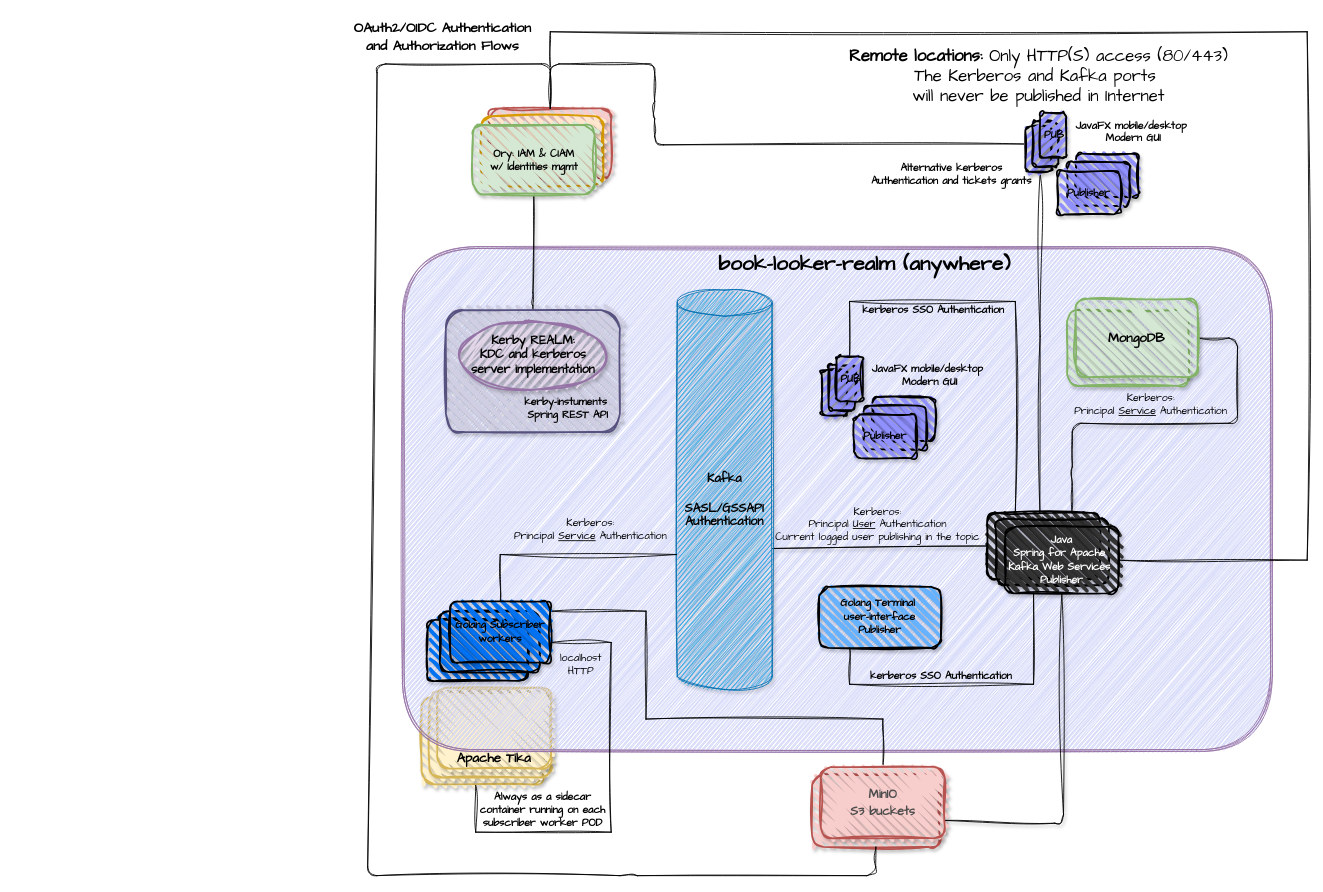
mesbrj/book-looker-realm keeps this draw.io diagram as docs/book-looker-realm.drawio. Above is the earlier version. Source tidied: cells renumbered, new cells numbered last; positions are measured from the earlier drawing's top-left corner, leaving out a move shared by most shapes. Both pictures are drawn from the tidied source at 87%, with x=0, y=0 at pixel (333, 15).
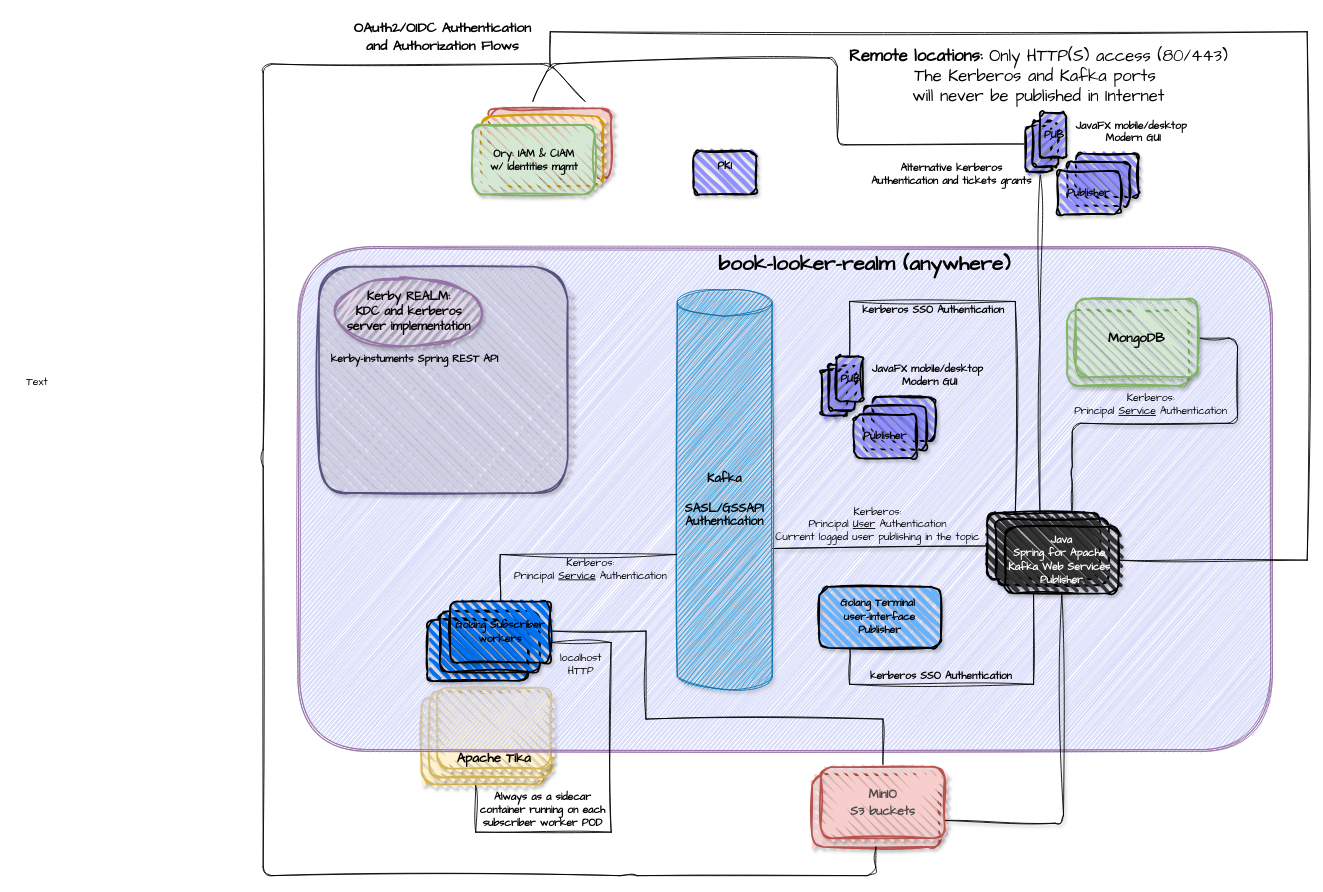
After the change.

Unchanged cells that the change refers to:
```xml
<mxCell id="6" style="rounded=1;whiteSpace=wrap;html=1;strokeWidth=2;fillWeight=4;hachureGap=8;hachureAngle=45;fillColor=#f8cecc;strokeColor=#b85450;shadow=1;fillStyle=zigzag;sketch=1;curveFitting=1;jiggle=2;" parent="1" vertex="1">
  <mxGeometry x="179" y="107" width="140" height="80" as="geometry" />
</mxCell>
<mxCell id="12" style="rounded=1;whiteSpace=wrap;html=1;strokeWidth=2;fillWeight=4;hachureGap=8;hachureAngle=45;fillColor=#f8cecc;align=center;verticalAlign=middle;fontFamily=Comic Sans MS;fontSize=16;strokeColor=#b85450;fillStyle=zigzag;shadow=1;sketch=1;curveFitting=1;jiggle=2;" parent="1" vertex="1">
  <mxGeometry x="550" y="872" width="146.5" height="84" as="geometry" />
</mxCell>
<mxCell id="22" style="rounded=1;whiteSpace=wrap;html=1;strokeWidth=2;fillWeight=4;hachureGap=8;hachureAngle=45;fillColor=#d5e8d4;strokeColor=#82b366;glass=0;shadow=1;fillStyle=zigzag;sketch=1;curveFitting=1;jiggle=2;" parent="1" vertex="1">
  <mxGeometry x="160" y="126" width="140" height="80" as="geometry" />
</mxCell>
<mxCell id="26" value="&lt;div&gt;&lt;font style=&quot;font-size: 14px;&quot; color=&quot;#4d4d4d&quot;&gt;MinIO&lt;/font&gt;&lt;/div&gt;&lt;div&gt;&lt;font style=&quot;font-size: 14px;&quot; color=&quot;#4d4d4d&quot;&gt;S3 buckets&lt;/font&gt;&lt;/div&gt;" style="rounded=1;whiteSpace=wrap;html=1;strokeWidth=2;fillWeight=4;hachureGap=8;hachureAngle=45;fillColor=#f8cecc;align=center;verticalAlign=middle;fontFamily=Comic Sans MS;fontSize=16;strokeColor=#b85450;fillStyle=zigzag;shadow=1;sketch=1;curveFitting=1;jiggle=2;fontStyle=1;" parent="1" vertex="1">
  <mxGeometry x="560" y="864" width="142.5" height="82" as="geometry" />
</mxCell>
<mxCell id="37" value="&lt;span style=&quot;color: rgb(0, 0, 0); font-family: &amp;quot;Comic Sans MS&amp;quot;; text-wrap-mode: nowrap;&quot;&gt;Golang Subscriber&lt;/span&gt;&lt;div&gt;&lt;span style=&quot;color: rgb(0, 0, 0); font-family: &amp;quot;Comic Sans MS&amp;quot;; text-wrap-mode: nowrap;&quot;&gt;workers&lt;/span&gt;&lt;/div&gt;" style="rounded=1;whiteSpace=wrap;html=1;strokeWidth=2;fillWeight=4;hachureGap=8;hachureAngle=45;fillColor=light-dark(#0071F0,#198CC4);shadow=1;sketch=1;curveFitting=1;jiggle=2;fontStyle=1;" parent="1" vertex="1">
  <mxGeometry x="134" y="674" width="115" height="70" as="geometry" />
</mxCell>
<mxCell id="59" style="rounded=1;whiteSpace=wrap;html=1;strokeWidth=2;fillWeight=4;hachureGap=8;hachureAngle=45;fillColor=light-dark(#9090FF,#198CC4);shadow=1;sketch=1;curveFitting=1;jiggle=2;fontStyle=1;verticalAlign=middle;align=center;rotation=90;" parent="1" vertex="1">
  <mxGeometry x="784" y="139" width="52" height="30" as="geometry" />
</mxCell>
```

The edit, as a diff of the source:
```diff
@@
     <mxCell id="5" style="shape=ext;double=1;rounded=1;whiteSpace=wrap;html=1;fillColor=light-dark(#CFD2F7,#EDEDED);sketch=1;curveFitting=1;jiggle=2;shadow=0;strokeColor=#9673a6;fillStyle=zigzag;" parent="1" vertex="1">
-      <mxGeometry x="79" y="266" width="1000" height="580" as="geometry" />
+      <mxGeometry x="-41" y="266" width="1120" height="580" as="geometry" />
     </mxCell>
@@
-    <mxCell id="8" style="edgeStyle=orthogonalEdgeStyle;rounded=0;sketch=1;hachureGap=4;jiggle=2;curveFitting=1;jettySize=auto;html=1;exitX=1;exitY=0.25;exitDx=0;exitDy=0;fontFamily=Architects Daughter;entryX=0.5;entryY=0;entryDx=0;entryDy=0;endArrow=none;endFill=0;" parent="1" edge="1" source="37" target="26">
+    <mxCell id="8" style="edgeStyle=orthogonalEdgeStyle;rounded=0;sketch=1;hachureGap=4;jiggle=2;curveFitting=1;jettySize=auto;html=1;exitX=0.999;exitY=0.484;exitDx=0;exitDy=0;fontFamily=Architects Daughter;entryX=0.5;entryY=0;entryDx=0;entryDy=0;endArrow=none;endFill=0;exitPerimeter=0;" parent="1" edge="1" source="37" target="26">
       <mxGeometry relative="1" as="geometry">
         <Array as="points">
-          <mxPoint x="359" y="685" />
+          <mxPoint x="359" y="708" />
           <mxPoint x="359" y="809" />
           <mxPoint x="631" y="809" />
         </Array>
       </mxGeometry>
     </mxCell>
@@
-    <mxCell id="21" style="edgeStyle=none;html=1;endArrow=none;endFill=0;shadow=1;sketch=1;curveFitting=1;jiggle=2;exitX=0.5;exitY=1;exitDx=0;exitDy=0;entryX=0.5;entryY=0;entryDx=0;entryDy=0;" parent="1" edge="1" source="22" target="41">
-      <mxGeometry relative="1" as="geometry">
-        <Array as="points">
-          <mxPoint x="229" y="329" />
-        </Array>
-      </mxGeometry>
-    </mxCell>
@@
-    <mxCell id="25" style="edgeStyle=none;html=1;entryX=0.5;entryY=0;entryDx=0;entryDy=0;sketch=1;curveFitting=1;jiggle=2;endArrow=none;endFill=0;exitX=0.5;exitY=1;exitDx=0;exitDy=0;" parent="1" edge="1" source="12" target="6">
+    <mxCell id="25" style="edgeStyle=none;html=1;sketch=1;curveFitting=1;jiggle=2;endArrow=none;endFill=0;exitX=0.5;exitY=1;exitDx=0;exitDy=0;" parent="1" edge="1" source="12">
       <mxGeometry relative="1" as="geometry">
+        <mxPoint x="289" y="99" as="targetPoint" />
         <Array as="points">
           <mxPoint x="623" y="989" />
           <mxPoint x="339" y="989" />
-          <mxPoint x="39" y="989" />
-          <mxPoint x="50" y="56" />
+          <mxPoint x="-81" y="989" />
+          <mxPoint x="-81" y="509" />
+          <mxPoint x="-81" y="56" />
           <mxPoint x="249" y="56" />
         </Array>
       </mxGeometry>
     </mxCell>
@@
-    <mxCell id="31" style="edgeStyle=none;html=1;entryX=0.5;entryY=0;entryDx=0;entryDy=0;sketch=1;curveFitting=1;jiggle=2;endArrow=none;endFill=0;exitX=0.385;exitY=1.067;exitDx=0;exitDy=0;exitPerimeter=0;" parent="1" edge="1" source="59" target="6">
+    <mxCell id="31" style="edgeStyle=none;html=1;sketch=1;curveFitting=1;jiggle=2;endArrow=none;endFill=0;exitX=0.385;exitY=1.067;exitDx=0;exitDy=0;exitPerimeter=0;" parent="1" edge="1" source="59">
       <mxGeometry relative="1" as="geometry">
+        <mxPoint x="229" y="99" as="targetPoint" />
         <Array as="points">
-          <mxPoint x="369" y="149" />
-          <mxPoint x="369" y="109" />
-          <mxPoint x="369" y="56" />
+          <mxPoint x="579" y="149" />
+          <mxPoint x="579" y="49" />
           <mxPoint x="249" y="56" />
         </Array>
       </mxGeometry>
     </mxCell>
@@
     <mxCell id="36" value="&lt;div&gt;Kerberos:&lt;/div&gt;Principal &lt;u&gt;Service&lt;/u&gt;&amp;nbsp;&lt;span style=&quot;background-color: transparent;&quot;&gt;Authentication&lt;/span&gt;" style="text;html=1;align=center;verticalAlign=middle;strokeColor=none;fillColor=none;fontFamily=Comic Sans MS;" parent="1" vertex="1">
-      <mxGeometry x="195" y="572" width="200" height="40" as="geometry" />
+      <mxGeometry x="195" y="617.2" width="200" height="40" as="geometry" />
     </mxCell>
@@
     <mxCell id="41" style="rounded=1;whiteSpace=wrap;html=1;strokeWidth=2;fillWeight=4;hachureGap=8;hachureAngle=45;fillColor=#d0cee2;shadow=1;sketch=1;curveFitting=1;jiggle=2;fontStyle=1;strokeColor=#56517e;" parent="1" vertex="1">
-      <mxGeometry x="129" y="339" width="200" height="140" as="geometry" />
+      <mxGeometry x="-17" y="289" width="286" height="260" as="geometry" />
     </mxCell>
     <mxCell id="42" value="&lt;span style=&quot;font-size: 14px;&quot;&gt;&lt;span&gt;Kerby REALM:&lt;/span&gt;&lt;/span&gt;&lt;div&gt;&lt;span style=&quot;font-size: 14px;&quot;&gt;KDC and kerberos server implementation&lt;/span&gt;&lt;/div&gt;" style="ellipse;whiteSpace=wrap;html=1;strokeWidth=2;fillWeight=2;hachureGap=8;fillColor=#e1d5e7;fillStyle=zigzag;fontFamily=Architects Daughter;strokeColor=#9673a6;shadow=1;sketch=1;curveFitting=1;jiggle=2;fontStyle=1;" parent="1" vertex="1">
-      <mxGeometry x="145.5" y="351" width="167" height="80" as="geometry" />
+      <mxGeometry x="2.5" y="301" width="167" height="80" as="geometry" />
     </mxCell>
-    <mxCell id="43" value="kerby-instuments&amp;nbsp;&lt;div&gt;Spring REST API&lt;/div&gt;" style="text;html=1;align=center;verticalAlign=middle;strokeColor=none;fillColor=none;fontFamily=Comic Sans MS;fontStyle=1;" parent="1" vertex="1">
-      <mxGeometry x="204" y="432.5" width="130" height="40" as="geometry" />
+    <mxCell id="43" value="kerby-instuments&amp;nbsp;&lt;span style=&quot;background-color: transparent; color: light-dark(rgb(0, 0, 0), rgb(255, 255, 255));&quot;&gt;Spring REST API&lt;/span&gt;" style="text;html=1;align=center;verticalAlign=middle;strokeColor=none;fillColor=none;fontFamily=Comic Sans MS;fontStyle=1;" parent="1" vertex="1">
+      <mxGeometry x="-17" y="381" width="220" height="30" as="geometry" />
     </mxCell>
@@
+    <mxCell id="65" value="&lt;div&gt;&lt;span style=&quot;font-family: &amp;quot;Comic Sans MS&amp;quot;; text-wrap-mode: nowrap; background-color: transparent;&quot;&gt;PKI&lt;/span&gt;&lt;/div&gt;&lt;div&gt;&lt;span style=&quot;font-family: &amp;quot;Comic Sans MS&amp;quot;; text-wrap-mode: nowrap; background-color: transparent;&quot;&gt;&lt;br&gt;&lt;/span&gt;&lt;/div&gt;" style="rounded=1;whiteSpace=wrap;html=1;strokeWidth=2;fillWeight=4;hachureGap=8;hachureAngle=45;fillColor=light-dark(#9090FF,#198CC4);shadow=1;sketch=1;curveFitting=1;jiggle=2;fontStyle=1;verticalAlign=middle;align=center;" parent="1" vertex="1">
+      <mxGeometry x="413.5" y="156" width="72" height="50" as="geometry" />
+    </mxCell>
+    <mxCell id="66" value="Text" style="text;html=1;align=center;verticalAlign=middle;strokeColor=none;fillColor=none;fontFamily=Architects Daughter;" parent="1" vertex="1">
+      <mxGeometry x="-366" y="407" width="50" height="30" as="geometry" />
+    </mxCell>
```
